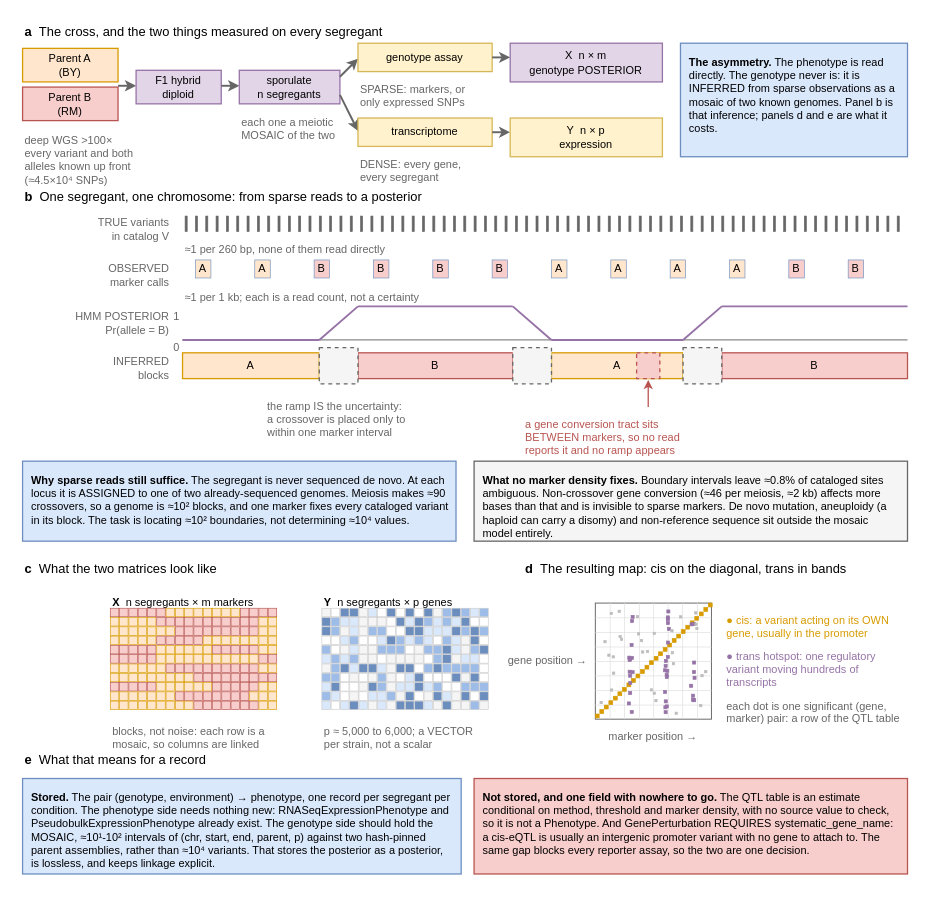
The draw.io diagram notes/assets/drawio/eqtl-experiment-and-genotype-inference.drawio in Mjvolk3/torchcell, before the edit. Source tidied: cells renumbered, new cells numbered last; positions are measured from the earlier drawing's top-left corner, leaving out a move shared by most shapes. Both pictures are drawn from the tidied source at 129%, with x=0, y=0 at pixel (22, 22).
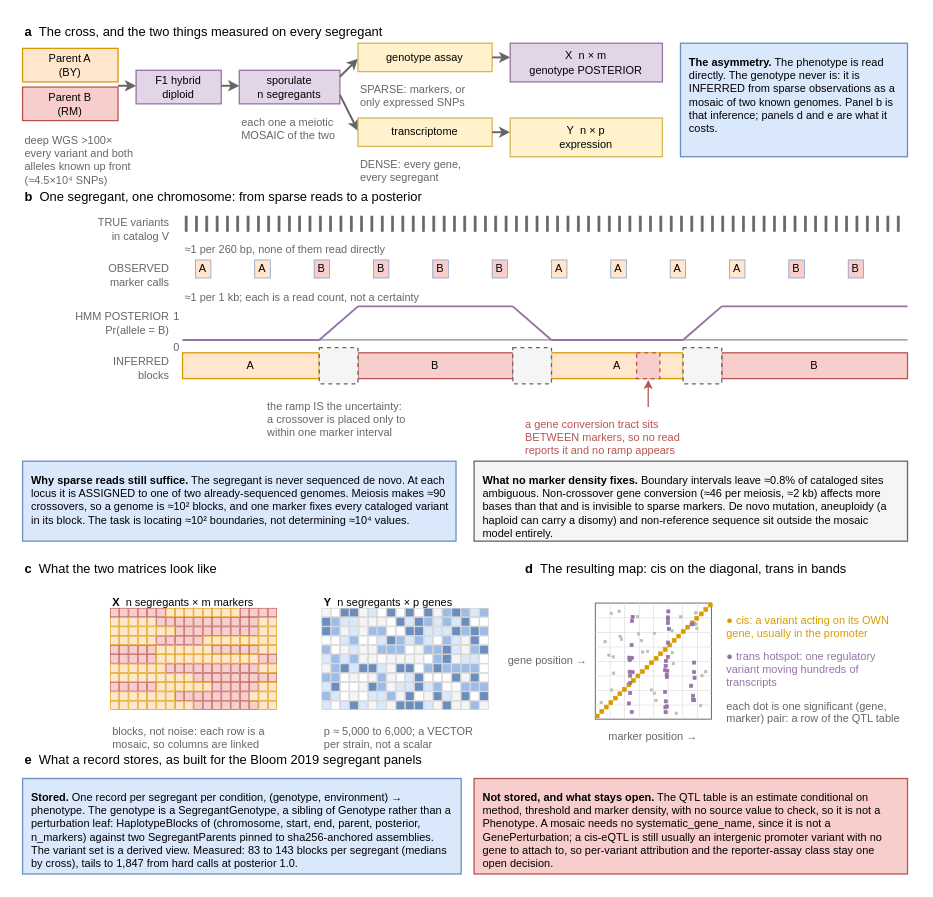
The same diagram, later.

Commit message (it also covers changes not shown here):
eqtl-data-model: figure panel e and Sec. 3 updated for the built segregant genotype

Diff of the diagram source:
```diff
@@
-    <mxCell id="665" value="&lt;b&gt;e&lt;/b&gt;  What that means for a record" style="text;html=1;whiteSpace=wrap;align=left;verticalAlign=middle;fontFamily=Arial;fontSize=10;fontColor=#000000;" parent="1" vertex="1">
+    <mxCell id="665" value="&lt;b&gt;e&lt;/b&gt;  What a record stores, as built for the Bloom 2019 segregant panels" style="text;html=1;whiteSpace=wrap;align=left;verticalAlign=middle;fontFamily=Arial;fontSize=10;fontColor=#000000;" parent="1" vertex="1">
       <mxGeometry y="564" width="560" height="14" as="geometry" />
     </mxCell>
-    <mxCell id="666" value="&lt;b&gt;Stored.&lt;/b&gt; The pair (genotype, environment) → phenotype, one record per segregant per condition. The phenotype side needs nothing new: RNASeqExpressionPhenotype and PseudobulkExpressionPhenotype already exist. The genotype side should hold the MOSAIC, ≈10¹-10² intervals of (chr, start, end, parent, p) against two hash-pinned parent assemblies, rather than ≈10⁴ variants. That stores the posterior as a posterior, is lossless, and keeps linkage explicit." style="rounded=0;whiteSpace=wrap;html=1;fillColor=#DAE8FC;strokeColor=#6C8EBF;fontFamily=Arial;fontSize=8.5;align=left;verticalAlign=top;spacingLeft=5;spacingTop=3;spacingRight=5;" parent="1" vertex="1">
+    <mxCell id="666" value="&lt;b&gt;Stored.&lt;/b&gt; One record per segregant per condition, (genotype, environment) → phenotype. The genotype is a SegregantGenotype, a sibling of Genotype rather than a perturbation leaf: HaplotypeBlocks of (chromosome, start, end, parent, posterior, n_markers) against two SegregantParents pinned to sha256-anchored assemblies. The variant set is a derived view. Measured: 83 to 143 blocks per segregant (medians by cross), tails to 1,847 from hard calls at posterior 1.0." style="rounded=0;whiteSpace=wrap;html=1;fillColor=#DAE8FC;strokeColor=#6C8EBF;fontFamily=Arial;fontSize=8.5;align=left;verticalAlign=top;spacingLeft=5;spacingTop=3;spacingRight=5;" parent="1" vertex="1">
       <mxGeometry y="586" width="340" height="74" as="geometry" />
     </mxCell>
-    <mxCell id="667" value="&lt;b&gt;Not stored, and one field with nowhere to go.&lt;/b&gt; The QTL table is an estimate conditional on method, threshold and marker density, with no source value to check, so it is not a Phenotype. And GenePerturbation REQUIRES systematic_gene_name: a cis-eQTL is usually an intergenic promoter variant with no gene to attach to. The same gap blocks every reporter assay, so the two are one decision." style="rounded=0;whiteSpace=wrap;html=1;fillColor=#F8CECC;strokeColor=#B85450;fontFamily=Arial;fontSize=8.5;align=left;verticalAlign=top;spacingLeft=5;spacingTop=3;spacingRight=5;" parent="1" vertex="1">
+    <mxCell id="667" value="&lt;b&gt;Not stored, and what stays open.&lt;/b&gt; The QTL table is an estimate conditional on method, threshold and marker density, with no source value to check, so it is not a Phenotype. A mosaic needs no systematic_gene_name, since it is not a GenePerturbation; a cis-eQTL is still usually an intergenic promoter variant with no gene to attach to, so per-variant attribution and the reporter-assay class stay one open decision." style="rounded=0;whiteSpace=wrap;html=1;fillColor=#F8CECC;strokeColor=#B85450;fontFamily=Arial;fontSize=8.5;align=left;verticalAlign=top;spacingLeft=5;spacingTop=3;spacingRight=5;" parent="1" vertex="1">
       <mxGeometry x="350" y="586" width="336" height="74" as="geometry" />
     </mxCell>
```
